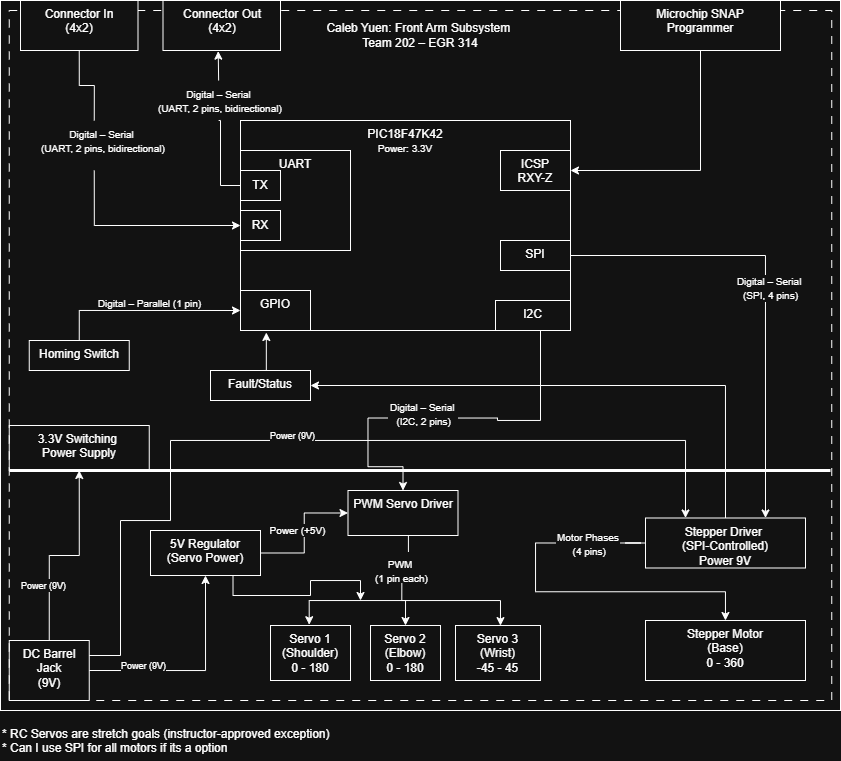
Before: docs/02-Block-Diagram/block_diagram.png, a diagram exported from draw.io (cyuen808/cyuen808.EGR314.github.io). Source tidied: cells renumbered, new cells last; positions are measured from the earlier drawing's top-left corner, leaving out a move shared by most shapes.
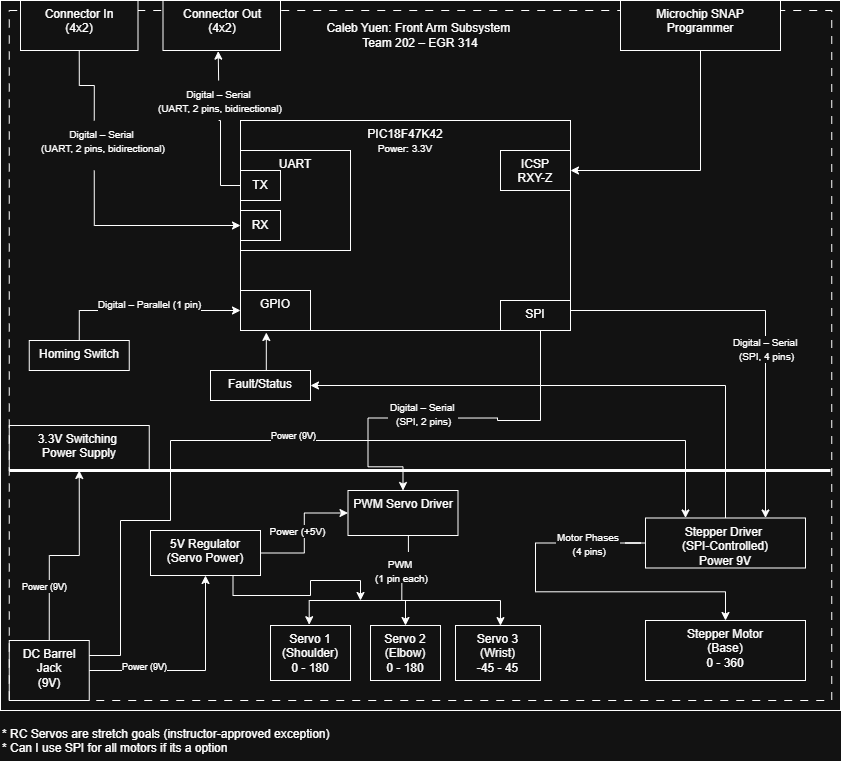
Later version of the same file.

What changed in the source:
```diff
@@ -49,9 +49,6 @@
     <mxCell id="14" value="TX" style="rounded=0;whiteSpace=wrap;html=1;direction=west;" parent="1" vertex="1">
       <mxGeometry x="240" y="170" width="40" height="30" as="geometry" />
     </mxCell>
-    <mxCell id="15" value="&lt;div&gt;I2C&lt;/div&gt;" style="rounded=0;whiteSpace=wrap;html=1;fillColor=none;verticalAlign=top;" parent="1" vertex="1">
-      <mxGeometry x="495" y="300" width="75" height="30" as="geometry" />
-    </mxCell>
     <mxCell id="16" value="GPIO" style="rounded=0;whiteSpace=wrap;html=1;fillColor=none;verticalAlign=top;" parent="1" vertex="1">
       <mxGeometry x="240" y="290" width="70" height="40" as="geometry" />
     </mxCell>
@@ -96,12 +93,13 @@
     <mxCell id="28" style="edgeStyle=orthogonalEdgeStyle;rounded=0;jettySize=auto;html=1;exitX=1;exitY=0.5;exitDx=0;exitDy=0;entryX=0.75;entryY=0;entryDx=0;entryDy=0;" parent="1" edge="1" source="29" target="23">
       <mxGeometry relative="1" as="geometry">
         <Array as="points">
-          <mxPoint x="765" y="255" />
+          <mxPoint x="570" y="310" />
+          <mxPoint x="765" y="310" />
         </Array>
       </mxGeometry>
     </mxCell>
     <mxCell id="29" value="SPI" style="rounded=0;whiteSpace=wrap;html=1;fillColor=none;verticalAlign=top;" parent="1" vertex="1">
-      <mxGeometry x="500" y="240" width="70" height="30" as="geometry" />
+      <mxGeometry x="500" y="300" width="70" height="30" as="geometry" />
     </mxCell>
     <mxCell id="30" value="&lt;div&gt;&lt;font style=&quot;font-size: 9px;&quot;&gt;Power (9V)&lt;/font&gt;&lt;span style=&quot;background-color: rgb(236, 236, 236); color: rgba(0, 0, 0, 0); font-family: monospace; font-size: 0px; text-align: start;&quot;&gt;%3CmxGraphModel%3E%3Croot%3E%3CmxCell%20id%3D%220%22%2F%3E%3CmxCell%20id%3D%221%22%20parent%3D%220%22%2F%3E%3CmxCell%20id%3D%222%22%20connectable%3D%220%22%20parent%3D%221%22%20style%3D%22edgeLabel%3Bhtml%3D1%3Balign%3Dcenter%3BverticalAlign%3Dmiddle%3Bresizable%3D0%3Bpoints%3D%5B%5D%3B%22%20value%3D%22%26lt%3Bfont%20style%3D%26quot%3Bfont-size%3A%209px%3B%26quot%3B%26gt%3BDigital%20Light%20Signal%26lt%3B%2Ffont%26gt%3B%26lt%3Bdiv%26gt%3B%26lt%3Bfont%20style%3D%26quot%3Bfont-size%3A%209px%3B%26quot%3B%26gt%3B5V%2C%201%20Pin%26lt%3B%2Ffont%26gt%3B%26lt%3B%2Fdiv%26gt%3B%22%20vertex%3D%221%22%3E%3CmxGeometry%20x%3D%22-713.2%22%20y%3D%22372%22%20as%3D%22geometry%22%2F%3E%3C%2FmxCell%3E%3C%2Froot%3E%3C%2FmxGraphModel%3E&lt;/span&gt;&lt;/div&gt;" style="edgeLabel;html=1;align=center;verticalAlign=middle;" parent="1" vertex="1">
       <mxGeometry x="30" y="590" as="geometry">
@@ -109,7 +107,7 @@
       </mxGeometry>
     </mxCell>
     <mxCell id="31" value="&lt;font size=&quot;1&quot;&gt;Digital – Serial&amp;nbsp;&lt;/font&gt;&lt;div&gt;&lt;font size=&quot;1&quot;&gt;(SPI, 4 pins)&lt;/font&gt;&lt;/div&gt;" style="edgeLabel;html=1;align=center;verticalAlign=middle;" parent="1" vertex="1">
-      <mxGeometry x="700" y="295" as="geometry">
+      <mxGeometry x="695" y="355" as="geometry">
         <mxPoint x="70" y="-7" as="offset" />
       </mxGeometry>
     </mxCell>
@@ -124,7 +122,7 @@
         </Array>
       </mxGeometry>
     </mxCell>
-    <mxCell id="33" value="&lt;div style=&quot;text-align: center;&quot;&gt;&lt;span style=&quot;background-color: transparent; text-wrap-mode: nowrap;&quot;&gt;&lt;font size=&quot;1&quot;&gt;Digital – Serial&amp;nbsp;&lt;/font&gt;&lt;/span&gt;&lt;/div&gt;&lt;div style=&quot;text-align: center;&quot;&gt;&lt;span style=&quot;background-color: transparent; text-wrap-mode: nowrap;&quot;&gt;&lt;font size=&quot;1&quot;&gt;(I2C, 2 pins)&lt;/font&gt;&lt;/span&gt;&lt;/div&gt;" style="text;whiteSpace=wrap;html=1;" parent="1" vertex="1">
+    <mxCell id="33" value="&lt;div style=&quot;text-align: center;&quot;&gt;&lt;span style=&quot;background-color: transparent; text-wrap-mode: nowrap;&quot;&gt;&lt;font size=&quot;1&quot;&gt;Digital – Serial&amp;nbsp;&lt;/font&gt;&lt;/span&gt;&lt;/div&gt;&lt;div style=&quot;text-align: center;&quot;&gt;&lt;span style=&quot;background-color: transparent; text-wrap-mode: nowrap;&quot;&gt;&lt;font size=&quot;1&quot;&gt;(SPI, 2 pins)&lt;/font&gt;&lt;/span&gt;&lt;/div&gt;" style="text;whiteSpace=wrap;html=1;" parent="1" vertex="1">
       <mxGeometry x="387.5" y="392.5" width="70" height="50" as="geometry" />
     </mxCell>
     <mxCell id="34" style="edgeStyle=orthogonalEdgeStyle;rounded=0;jettySize=auto;html=1;exitX=0;exitY=0.5;exitDx=0;exitDy=0;startArrow=none;startFill=0;endArrow=none;endFill=0;" parent="1" edge="1" source="23" target="35">
```
